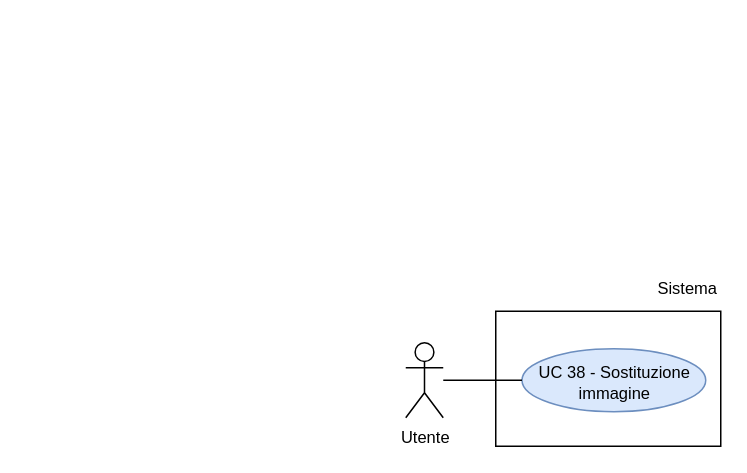
Earlier version of the draw.io diagram RTB/doc_esterna/analisi-dei-requisiti/assets/draw.io/UC38.drawio (thebitless-group-swe/thebitless.github.io). Source tidied: cells renumbered, new cells numbered last; positions are measured from the earlier drawing's top-left corner, leaving out a move shared by most shapes. Both pictures are drawn from the tidied source at 150%, with x=0, y=0 at pixel (405, 266).
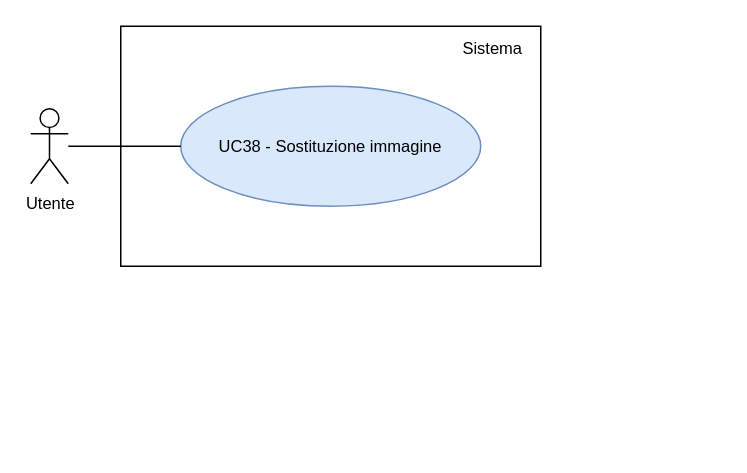
After the change.

Diff of the diagram source:
```diff
@@
 <mxGraphModel>
   <root>
     <mxCell id="0" />
     <mxCell id="1" parent="0" />
     <mxCell id="2" value="Utente" style="shape=umlActor;verticalLabelPosition=bottom;verticalAlign=top;html=1;outlineConnect=0;fontSize=11;" parent="1" vertex="1">
-      <mxGeometry y="51" width="25" height="50" as="geometry" />
+      <mxGeometry x="-250" y="-105" width="25" height="50" as="geometry" />
     </mxCell>
-    <mxCell id="3" style="rounded=0;whiteSpace=wrap;html=1;strokeWidth=1;" parent="1" vertex="1">
-      <mxGeometry x="60" y="30" width="150" height="90" as="geometry" />
-    </mxCell>
+    <mxCell id="8" style="rounded=0;whiteSpace=wrap;html=1;strokeWidth=1;" parent="1" vertex="1">
+      <mxGeometry x="-190" y="-160" width="280" height="160" as="geometry" />
+    </mxCell>
     <mxCell id="4" value="Sistema" style="text;html=1;whiteSpace=wrap;strokeColor=none;fillColor=none;align=right;verticalAlign=middle;fontSize=11;" parent="1" vertex="1">
-      <mxGeometry x="150" width="60" height="30" as="geometry" />
+      <mxGeometry x="10" y="-155" width="70" height="20" as="geometry" />
     </mxCell>
-    <mxCell id="5" value="UC 38 - Sostituzione immagine" style="ellipse;whiteSpace=wrap;html=1;fillColor=#dae8fc;strokeColor=#6c8ebf;fontSize=11;spacingBottom=-4;" parent="1" vertex="1">
-      <mxGeometry x="77.5" y="55" width="122.5" height="42" as="geometry" />
-    </mxCell>
-    <mxCell id="6" style="edgeStyle=none;rounded=0;jettySize=auto;html=1;endArrow=none;endFill=0;" parent="1" edge="1" source="2" target="5">
-      <mxGeometry relative="1" as="geometry" />
-    </mxCell>
-    <mxCell id="7" style="edgeStyle=orthogonalEdgeStyle;rounded=0;orthogonalLoop=1;jettySize=auto;html=1;exitX=0.5;exitY=1;exitDx=0;exitDy=0;" parent="1" edge="1" source="4" target="4">
-      <mxGeometry relative="1" as="geometry" />
-    </mxCell>
+    <mxCell id="9" value="UC38 - Sostituzione immagine" style="ellipse;whiteSpace=wrap;html=1;fillColor=#dae8fc;strokeColor=#6c8ebf;fontSize=11;" parent="1" vertex="1">
+      <mxGeometry x="-150" y="-120" width="200" height="80" as="geometry" />
+    </mxCell>
+    <mxCell id="10" style="edgeStyle=none;rounded=0;jettySize=auto;html=1;endArrow=none;endFill=0;" parent="1" edge="1" source="2" target="9">
+      <mxGeometry relative="1" as="geometry" />
+    </mxCell>
   </root>
 </mxGraphModel>
```
